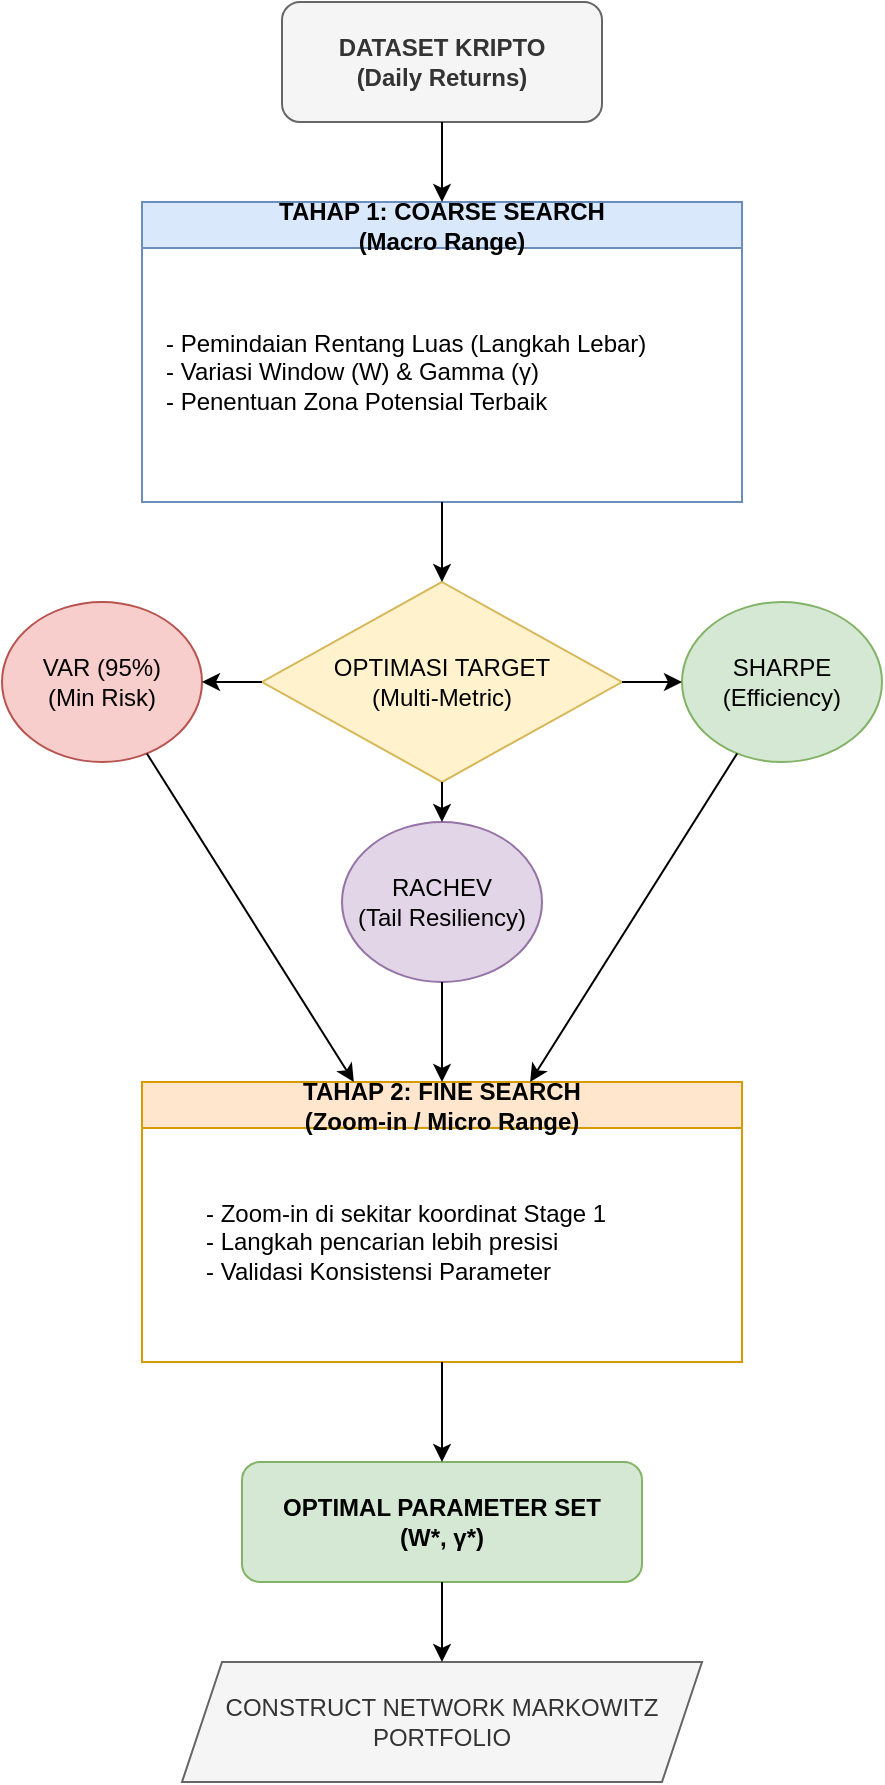
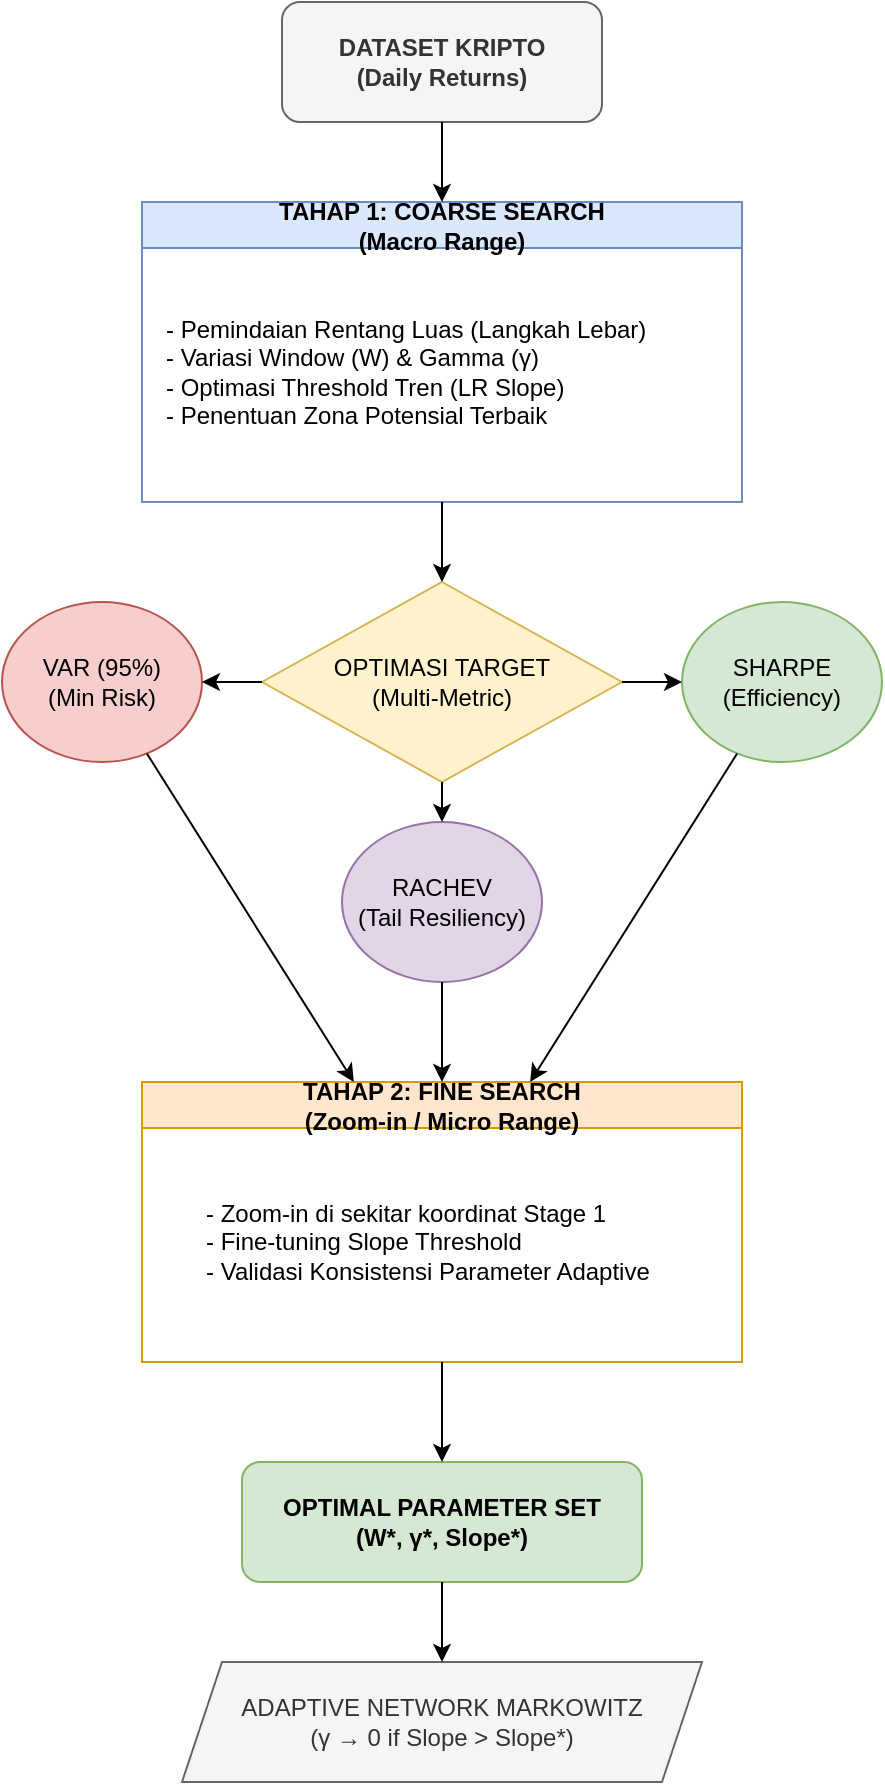
<mxfile host="app.diagrams.net" modified="2024-04-12T12:00:00.000Z" agent="Antigravity-AI" version="21.0.0">
  <diagram id="methodology-flow" name="Proposed Method: 2-Stage GS">
    <mxGraphModel dx="1422" dy="798" grid="1" gridSize="10" guides="1" tooltips="1" connect="1" arrows="1" fold="1" page="1" pageScale="1" pageWidth="827" pageHeight="1169" math="0" shadow="0">
      <root>
        <mxCell id="0" />
        <mxCell id="1" parent="0" />

        <!-- Input Layer -->
        <mxCell id="start" value="DATASET KRIPTO&lt;br&gt;(Daily Returns)" style="rounded=1;whiteSpace=wrap;html=1;fillColor=#f5f5f5;fontColor=#333333;strokeColor=#666666;fontStyle=1" vertex="1" parent="1">
          <mxGeometry x="320" y="40" width="160" height="60" as="geometry" />
        </mxCell>

        <!-- Stage 1 Layer -->
        <mxCell id="stage1" value="TAHAP 1: COARSE SEARCH&lt;br&gt;(Macro Range)" style="swimlane;whiteSpace=wrap;html=1;fillColor=#dae8fc;strokeColor=#6c8ebf;" vertex="1" parent="1">
          <mxGeometry x="250" y="140" width="300" height="150" as="geometry" />
        </mxCell>
-         <mxCell id="s1_detail" value="- Pemindaian Rentang Luas (Langkah Lebar)&lt;br&gt;- Variasi Window (W) &amp;amp; Gamma (γ)&lt;br&gt;- Penentuan Zona Potensial Terbaik" style="text;html=1;align=left;verticalAlign=middle;resizable=0;points=[];autosize=1;strokeColor=none;fillColor=none;" vertex="1" parent="stage1">
+         <mxCell id="s1_detail" value="- Pemindaian Rentang Luas (Langkah Lebar)&lt;br&gt;- Variasi Window (W) &amp;amp; Gamma (γ)&lt;br&gt;- Optimasi Threshold Tren (LR Slope)&lt;br&gt;- Penentuan Zona Potensial Terbaik" style="text;html=1;align=left;verticalAlign=middle;resizable=0;points=[];autosize=1;strokeColor=none;fillColor=none;" vertex="1" parent="stage1">
          <mxGeometry x="10" y="40" width="280" height="90" as="geometry" />
        </mxCell>

        <!-- Objective Selection -->
        <mxCell id="decision" value="OPTIMASI TARGET&lt;br&gt;(Multi-Metric)" style="rhombus;whiteSpace=wrap;html=1;fillColor=#fff2cc;strokeColor=#d6b656;" vertex="1" parent="1">
          <mxGeometry x="310" y="330" width="180" height="100" as="geometry" />
        </mxCell>
        <mxCell id="var" value="VAR (95%)&lt;br&gt;(Min Risk)" style="ellipse;whiteSpace=wrap;html=1;fillColor=#f8cecc;strokeColor=#b85450;" vertex="1" parent="1">
          <mxGeometry x="180" y="340" width="100" height="80" as="geometry" />
        </mxCell>
        <mxCell id="sharpe" value="SHARPE&lt;br&gt;(Efficiency)" style="ellipse;whiteSpace=wrap;html=1;fillColor=#d5e8d4;strokeColor=#82b366;" vertex="1" parent="1">
          <mxGeometry x="520" y="340" width="100" height="80" as="geometry" />
        </mxCell>
        <mxCell id="rachev" value="RACHEV&lt;br&gt;(Tail Resiliency)" style="ellipse;whiteSpace=wrap;html=1;fillColor=#e1d5e7;strokeColor=#9673a6;" vertex="1" parent="1">
          <mxGeometry x="350" y="450" width="100" height="80" as="geometry" />
        </mxCell>

        <!-- Stage 2 Layer -->
        <mxCell id="stage2" value="TAHAP 2: FINE SEARCH&lt;br&gt;(Zoom-in / Micro Range)" style="swimlane;whiteSpace=wrap;html=1;fillColor=#ffe6cc;strokeColor=#d79b00;" vertex="1" parent="1">
          <mxGeometry x="250" y="580" width="300" height="140" as="geometry" />
        </mxCell>
-         <mxCell id="s2_detail" value="- Zoom-in di sekitar koordinat Stage 1&lt;br&gt;- Langkah pencarian lebih presisi&lt;br&gt;- Validasi Konsistensi Parameter" style="text;html=1;align=left;verticalAlign=middle;resizable=0;points=[];autosize=1;strokeColor=none;fillColor=none;" vertex="1" parent="stage2">
+         <mxCell id="s2_detail" value="- Zoom-in di sekitar koordinat Stage 1&lt;br&gt;- Fine-tuning Slope Threshold&lt;br&gt;- Validasi Konsistensi Parameter Adaptive" style="text;html=1;align=left;verticalAlign=middle;resizable=0;points=[];autosize=1;strokeColor=none;fillColor=none;" vertex="1" parent="stage2">
          <mxGeometry x="30" y="40" width="240" height="80" as="geometry" />
        </mxCell>

        <!-- Final Layer -->
-         <mxCell id="output" value="OPTIMAL PARAMETER SET&lt;br&gt;(W*, γ*)" style="rounded=1;whiteSpace=wrap;html=1;fillColor=#d5e8d4;strokeColor=#82b366;fontStyle=1" vertex="1" parent="1">
+         <mxCell id="output" value="OPTIMAL PARAMETER SET&lt;br&gt;(W*, γ*, Slope*)" style="rounded=1;whiteSpace=wrap;html=1;fillColor=#d5e8d4;strokeColor=#82b366;fontStyle=1" vertex="1" parent="1">
          <mxGeometry x="300" y="770" width="200" height="60" as="geometry" />
        </mxCell>
-         <mxCell id="portfolio" value="CONSTRUCT NETWORK MARKOWITZ&lt;br&gt;PORTFOLIO" style="shape=parallelogram;perimeter=parallelogramPerimeter;whiteSpace=wrap;html=1;fixedSize=1;fillColor=#f5f5f5;fontColor=#333333;strokeColor=#666666;" vertex="1" parent="1">
+         <mxCell id="portfolio" value="ADAPTIVE NETWORK MARKOWITZ&lt;br&gt;(γ → 0 if Slope &gt; Slope*)" style="shape=parallelogram;perimeter=parallelogramPerimeter;whiteSpace=wrap;html=1;fixedSize=1;fillColor=#f5f5f5;fontColor=#333333;strokeColor=#666666;" vertex="1" parent="1">
          <mxGeometry x="270" y="870" width="260" height="60" as="geometry" />
        </mxCell>

        <!-- Connections -->
        <mxCell id="c1" edge="1" parent="1" source="start" target="stage1">
          <mxGeometry relative="1" as="geometry" />
        </mxCell>
        <mxCell id="c2" edge="1" parent="1" source="stage1" target="decision">
          <mxGeometry relative="1" as="geometry" />
        </mxCell>
        <mxCell id="c3" edge="1" parent="1" source="decision" target="var">
          <mxGeometry relative="1" as="geometry" />
        </mxCell>
        <mxCell id="c4" edge="1" parent="1" source="decision" target="sharpe">
          <mxGeometry relative="1" as="geometry" />
        </mxCell>
        <mxCell id="c5" edge="1" parent="1" source="decision" target="rachev">
          <mxGeometry relative="1" as="geometry" />
        </mxCell>
        <mxCell id="c6" edge="1" parent="1" source="var" target="stage2">
          <mxGeometry relative="1" as="geometry"><mxPoint x="230" y="500" as="targetPoint" /></mxGeometry>
        </mxCell>
        <mxCell id="c7" edge="1" parent="1" source="sharpe" target="stage2">
          <mxGeometry relative="1" as="geometry"><mxPoint x="570" y="500" as="targetPoint" /></mxGeometry>
        </mxCell>
        <mxCell id="c8" edge="1" parent="1" source="rachev" target="stage2">
          <mxGeometry relative="1" as="geometry" />
        </mxCell>
        <mxCell id="c9" edge="1" parent="1" source="stage2" target="output">
          <mxGeometry relative="1" as="geometry" />
        </mxCell>
        <mxCell id="c10" edge="1" parent="1" source="output" target="portfolio">
          <mxGeometry relative="1" as="geometry" />
        </mxCell>

      </root>
    </mxGraphModel>
  </diagram>
</mxfile>
